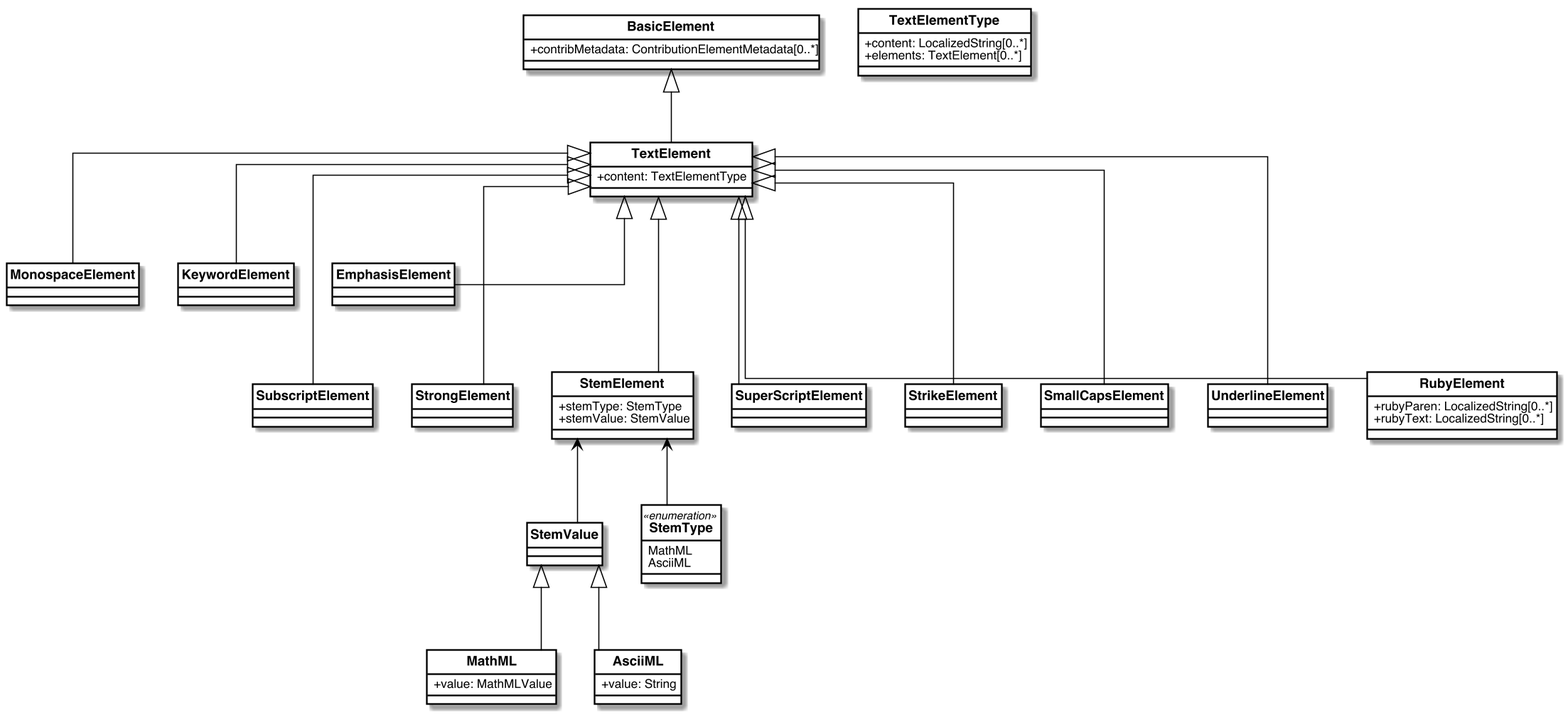
Before: images/TextElements.png, a diagram exported from PlantUML (metanorma/basicdoc-models).
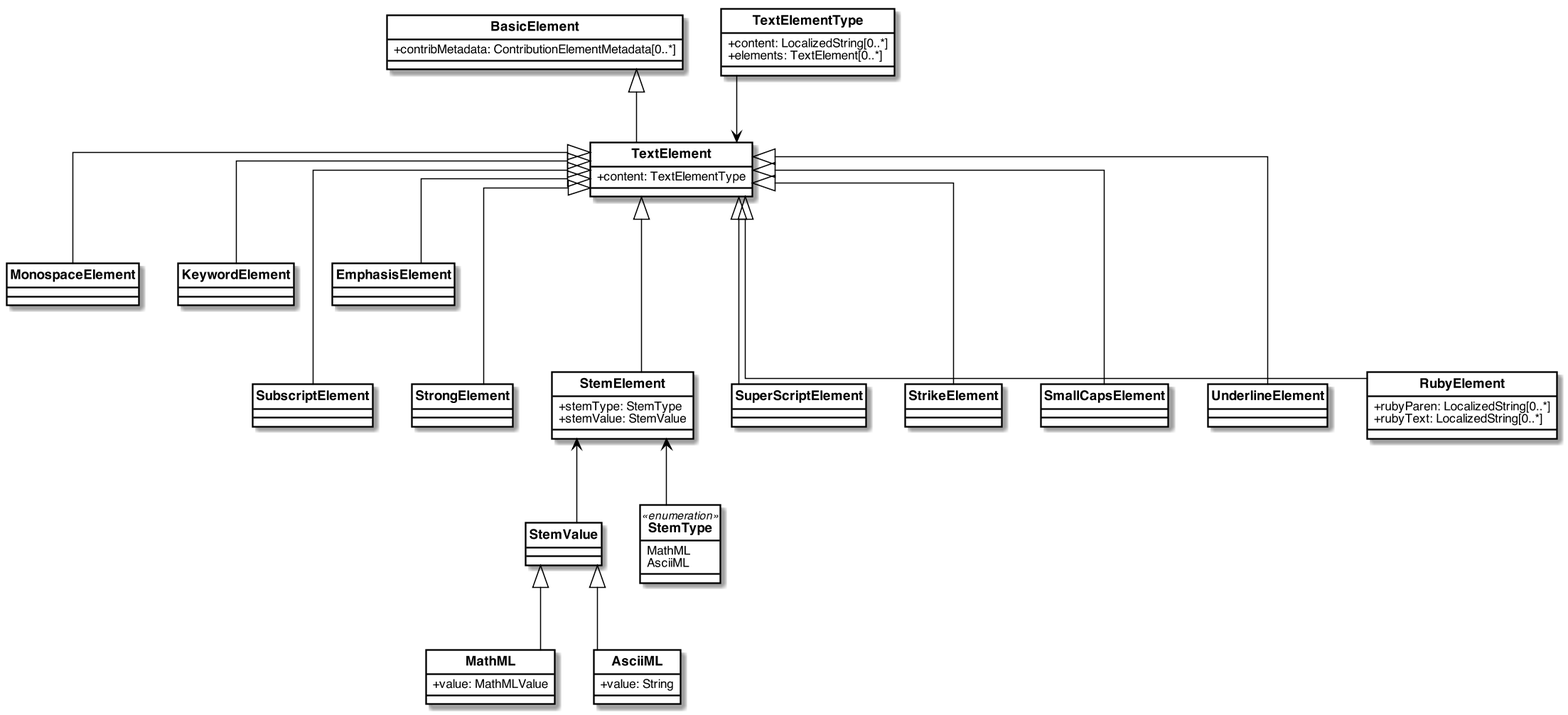
After the change.

Change to the diagram source:
```diff
@@ -121,6 +121,7 @@
 
 
 BasicElement <|-down- TextElement
+TextElementType --> TextElement
 
 TextElement <|-down- KeywordElement
 TextElement <|-down- MonospaceElement
@@ -139,7 +140,7 @@
 TextElement <|--down- SuperScriptElement
 TextElement <|--down- StrikeElement
 TextElement <|--down- SmallCapsElement
-
 TextElement <|--down- RubyElement
 
+
 @enduml
```
